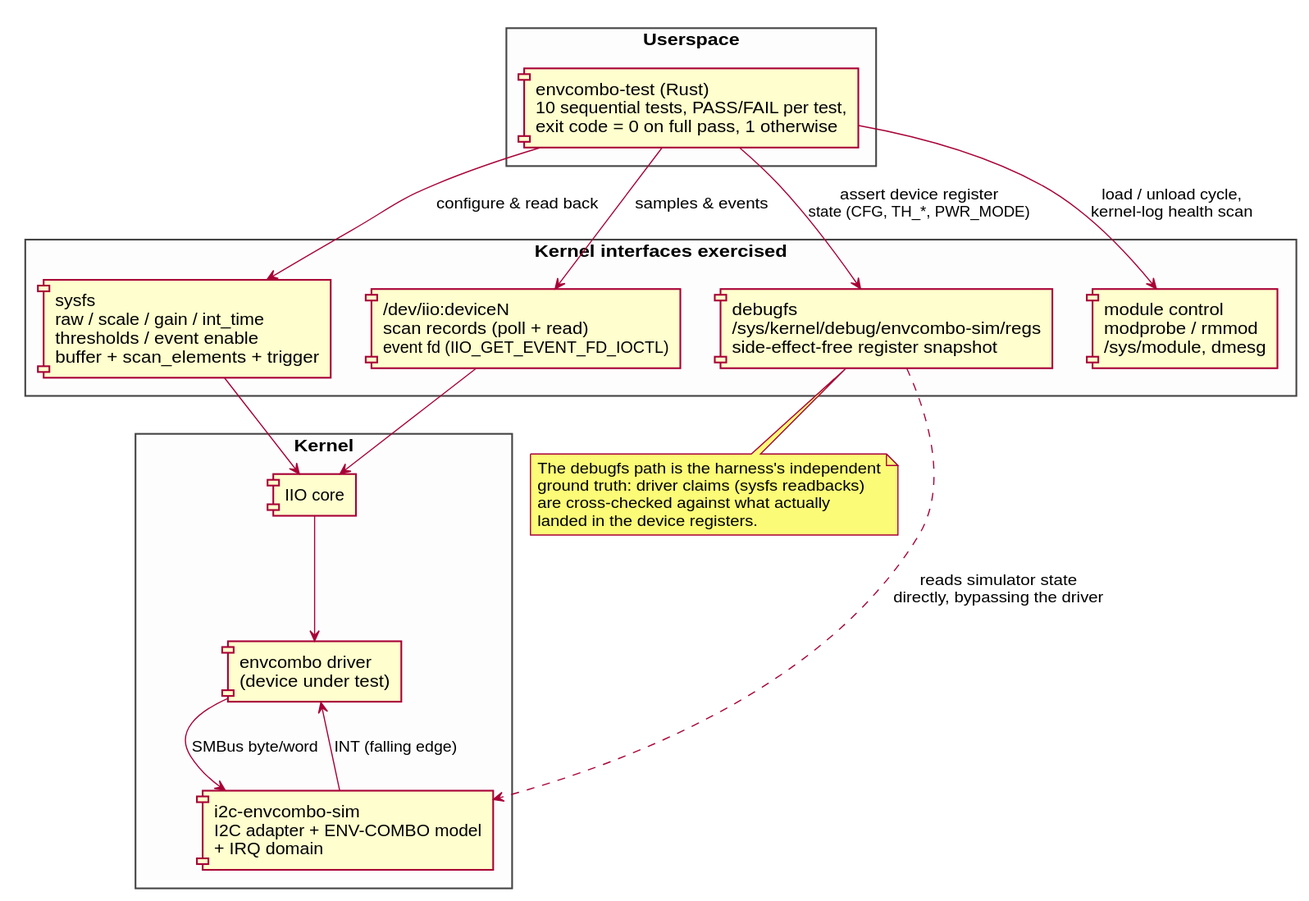
giltabibian/NanitComboSensor keeps this PlantUML diagram as docs/diagrams/svg/test-stack.svg. Above is the earlier version.
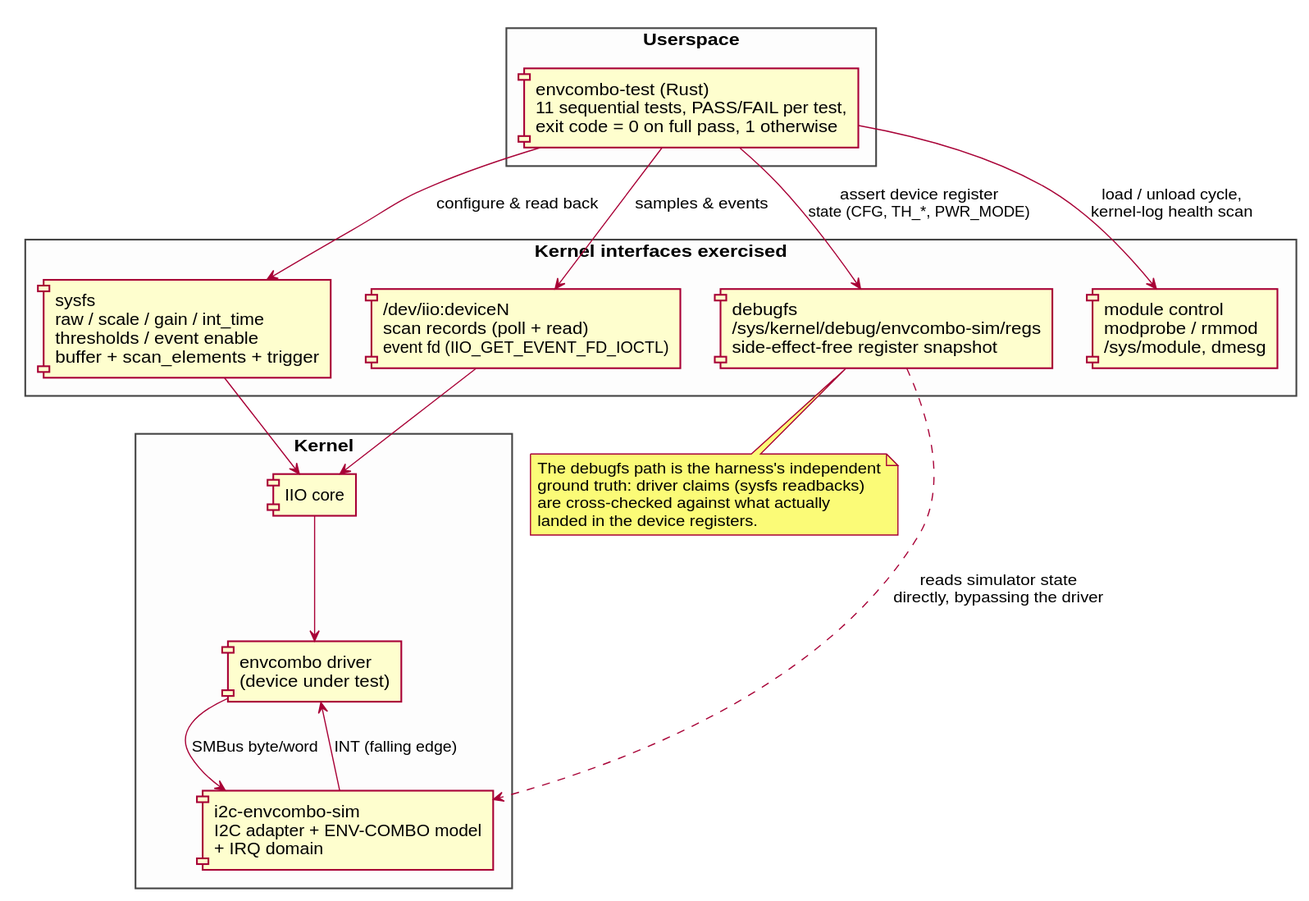
The same file after the commit.

Change to the diagram source:
```diff
@@ -8,7 +8,7 @@
 }
 
 rectangle "Userspace" as US {
-  component "envcombo-test (Rust)\n10 sequential tests, PASS/FAIL per test,\nexit code = 0 on full pass, 1 otherwise" as TEST
+  component "envcombo-test (Rust)\n11 sequential tests, PASS/FAIL per test,\nexit code = 0 on full pass, 1 otherwise" as TEST
 }
 
 rectangle "Kernel interfaces exercised" as IF {
```
